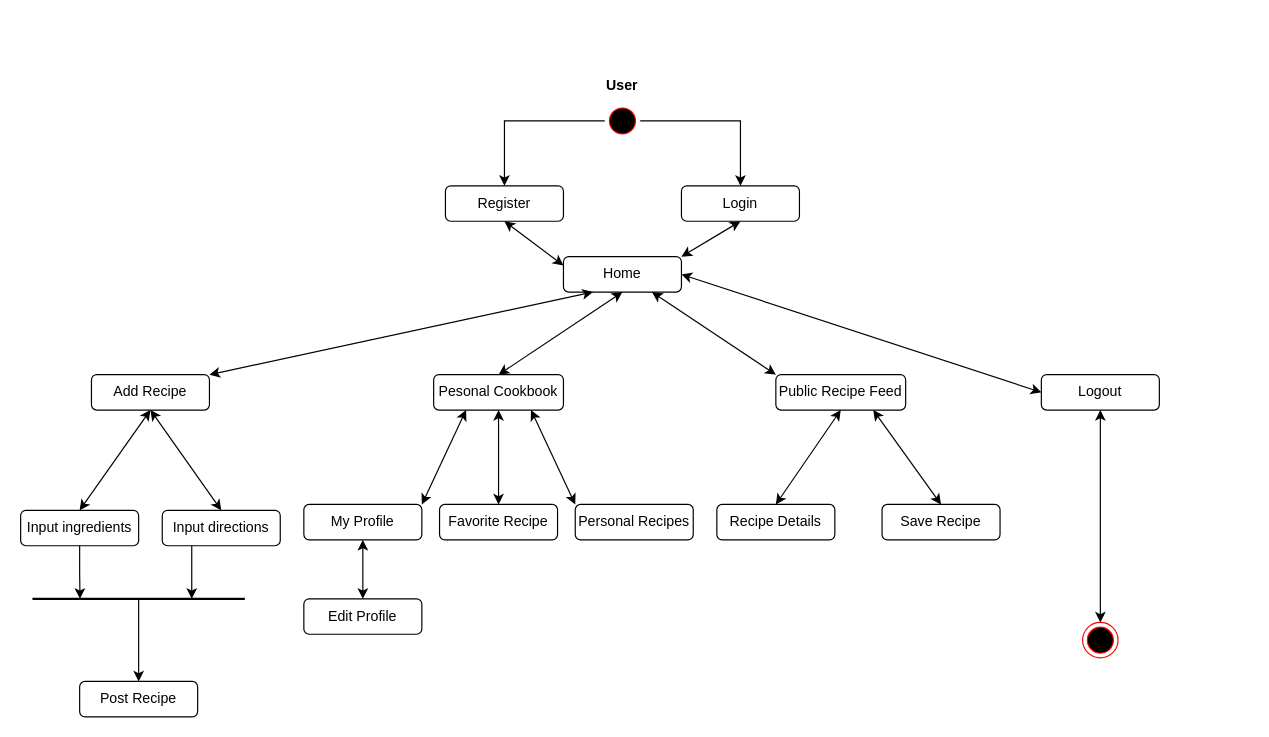
Earlier version of the draw.io diagram Untitled Diagram.drawio (yeshmandava/jpmc-task-3). Source tidied: cells renumbered, new cells numbered last; positions are measured from the earlier drawing's top-left corner, leaving out a move shared by most shapes. Both pictures are drawn from the tidied source at 118%, with x=0, y=0 at pixel (20, 67).
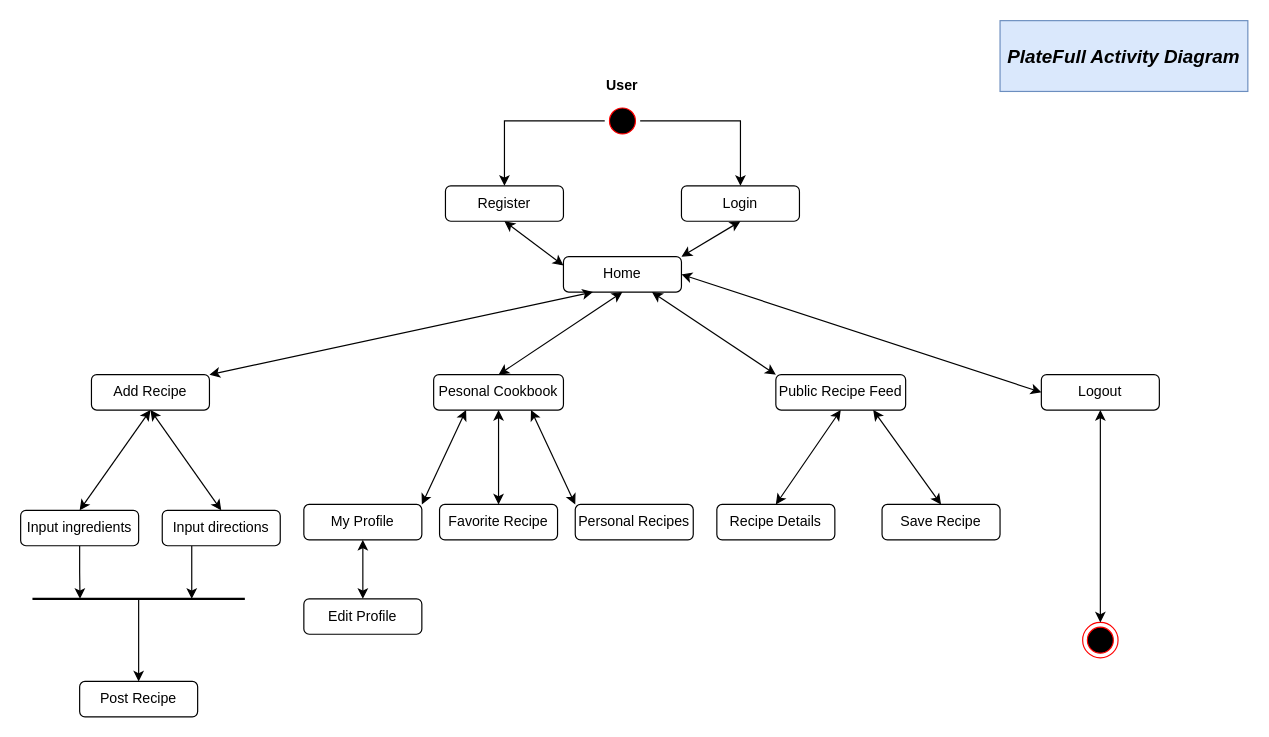
The same diagram, later.

Diff of the diagram source:
```diff
@@
+    <mxCell id="43" value="&lt;font size=&quot;1&quot; style=&quot;&quot;&gt;&lt;b style=&quot;&quot;&gt;&lt;i style=&quot;font-size: 16px;&quot;&gt;PlateFull Activity Diagram&lt;/i&gt;&lt;/b&gt;&lt;/font&gt;" style="rounded=0;whiteSpace=wrap;html=1;fillColor=#dae8fc;strokeColor=#6c8ebf;" parent="1" vertex="1">
+      <mxGeometry x="830" y="-40" width="210" height="60" as="geometry" />
+    </mxCell>
```
